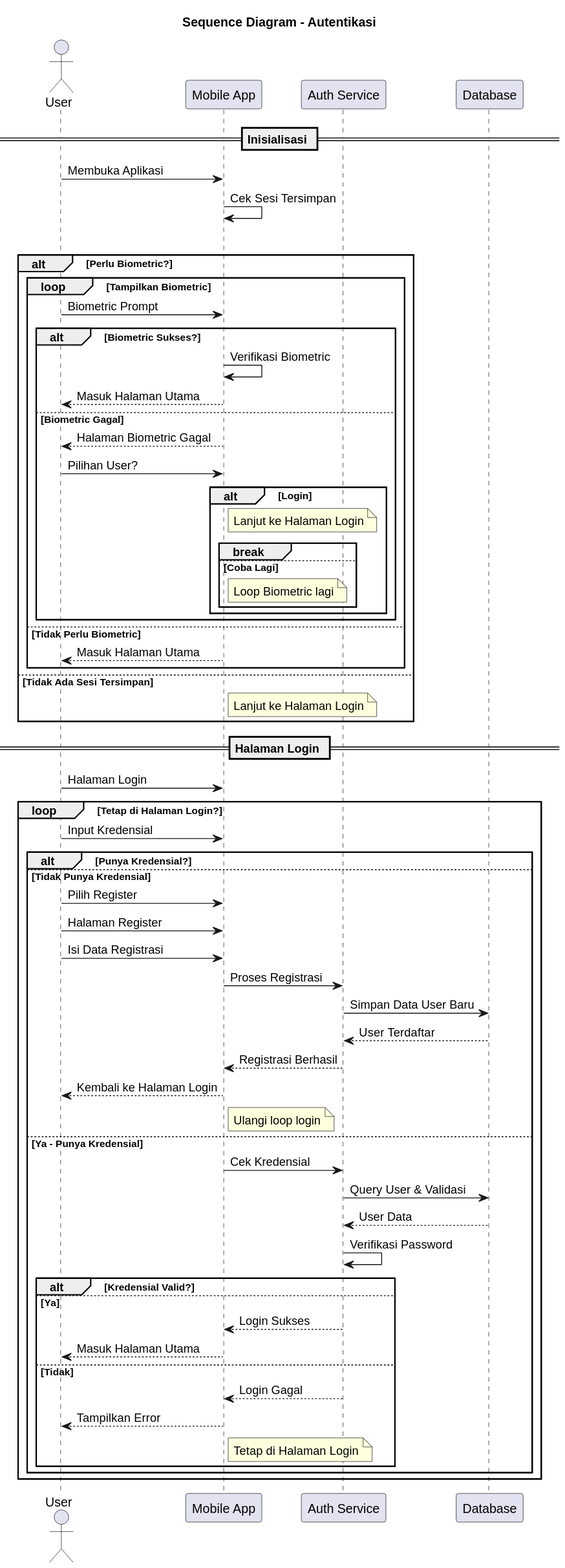
This is laporan/diagram/output/sequence_auth.svg from levirs565/openrent, a PlantUML export, as it was before one commit. Source of this version:
```plantuml
@startuml
title Sequence Diagram - Autentikasi

actor User as user
participant "Mobile App" as app
participant "Auth Service" as auth
participant "Database" as db

== Inisialisasi ==

user -> app: Membuka Aplikasi
app -> app: Cek Sesi Tersimpan

alt Ada Sesi Tersimpan
    alt Perlu Biometric?
        loop Tampilkan Biometric
            user -> app: Biometric Prompt

            alt Biometric Sukses?
                app -> app: Verifikasi Biometric
                app --> user: Masuk Halaman Utama
                deactivate app
            else Biometric Gagal
                app --> user: Halaman Biometric Gagal
                user -> app: Pilihan User?

                alt Login
                    note right of app: Lanjut ke Halaman Login
                    break
                else Coba Lagi
                    note right of app: Loop Biometric lagi
                end
            end
        end
    else Tidak Perlu Biometric
        app --> user: Masuk Halaman Utama
    end
else Tidak Ada Sesi Tersimpan
    note right of app: Lanjut ke Halaman Login
end

== Halaman Login ==

user -> app: Halaman Login
loop Tetap di Halaman Login?
    user -> app: Input Kredensial

    alt Punya Kredensial?
    else Tidak Punya Kredensial
        user -> app: Pilih Register
        user -> app: Halaman Register
        user -> app: Isi Data Registrasi
        app -> auth: Proses Registrasi
        auth -> db: Simpan Data User Baru
        db --> auth: User Terdaftar
        auth --> app: Registrasi Berhasil
        app --> user: Kembali ke Halaman Login
        note right of app: Ulangi loop login
    else Ya - Punya Kredensial
        app -> auth: Cek Kredensial
        auth -> db: Query User & Validasi
        db --> auth: User Data
        auth -> auth: Verifikasi Password

        alt Kredensial Valid?
        else Ya
            auth --> app: Login Sukses
            app --> user: Masuk Halaman Utama
        else Tidak
            auth --> app: Login Gagal
            app --> user: Tampilkan Error
            note right of app: Tetap di Halaman Login
        end
    end
end
@enduml
```
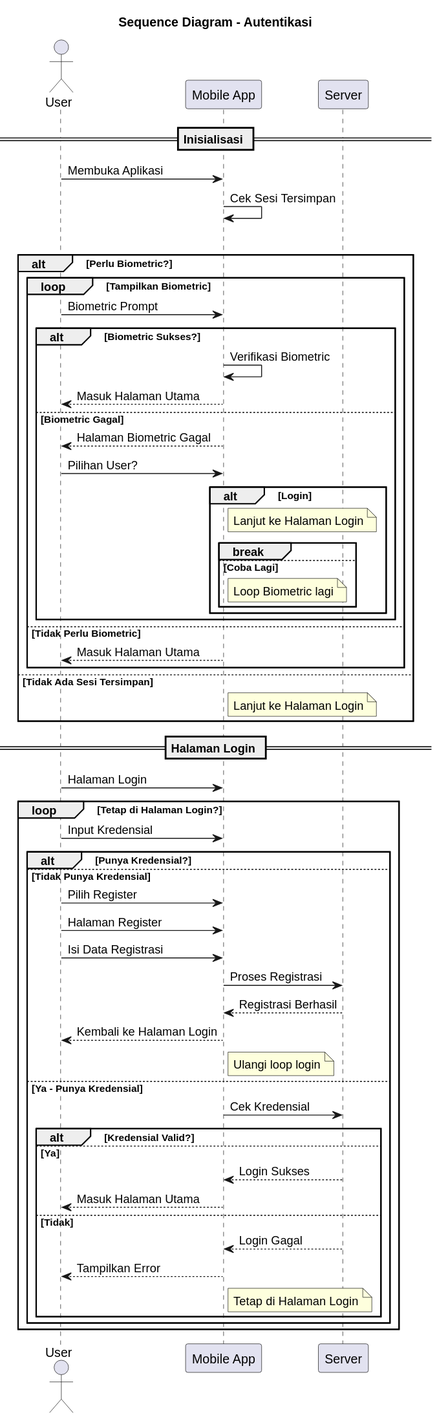
After the change.

The edit, as a diff of the source:
```diff
@@ -3,8 +3,7 @@
 
 actor User as user
 participant "Mobile App" as app
-participant "Auth Service" as auth
-participant "Database" as db
+participant "Server" as server
 
 == Inisialisasi ==
 
@@ -50,24 +49,19 @@
         user -> app: Pilih Register
         user -> app: Halaman Register
         user -> app: Isi Data Registrasi
-        app -> auth: Proses Registrasi
-        auth -> db: Simpan Data User Baru
-        db --> auth: User Terdaftar
-        auth --> app: Registrasi Berhasil
+        app -> server: Proses Registrasi
+        server --> app: Registrasi Berhasil
         app --> user: Kembali ke Halaman Login
         note right of app: Ulangi loop login
     else Ya - Punya Kredensial
-        app -> auth: Cek Kredensial
-        auth -> db: Query User & Validasi
-        db --> auth: User Data
-        auth -> auth: Verifikasi Password
+        app -> server: Cek Kredensial
 
         alt Kredensial Valid?
         else Ya
-            auth --> app: Login Sukses
+            server --> app: Login Sukses
             app --> user: Masuk Halaman Utama
         else Tidak
-            auth --> app: Login Gagal
+            server --> app: Login Gagal
             app --> user: Tampilkan Error
             note right of app: Tetap di Halaman Login
         end
```
